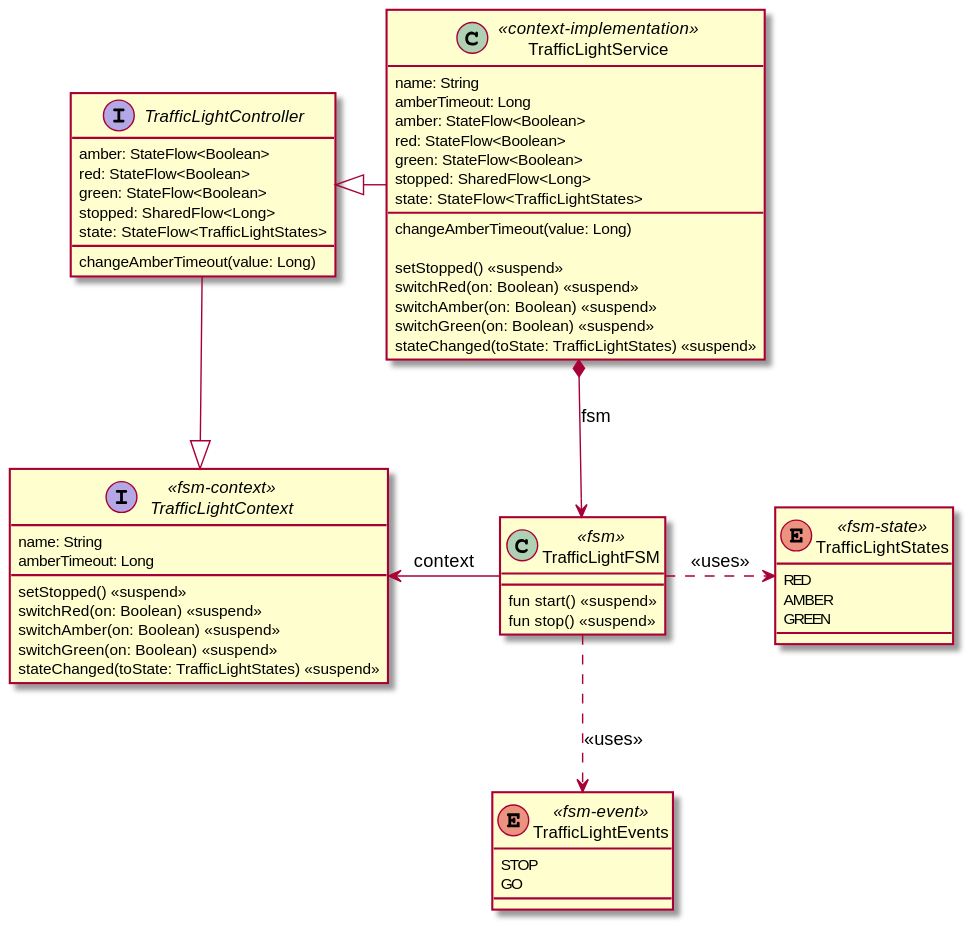
open-jumpco/kfsm-mpp-compose-traffic keeps this PlantUML diagram as traffic-light-model.svg. Above is the earlier version.
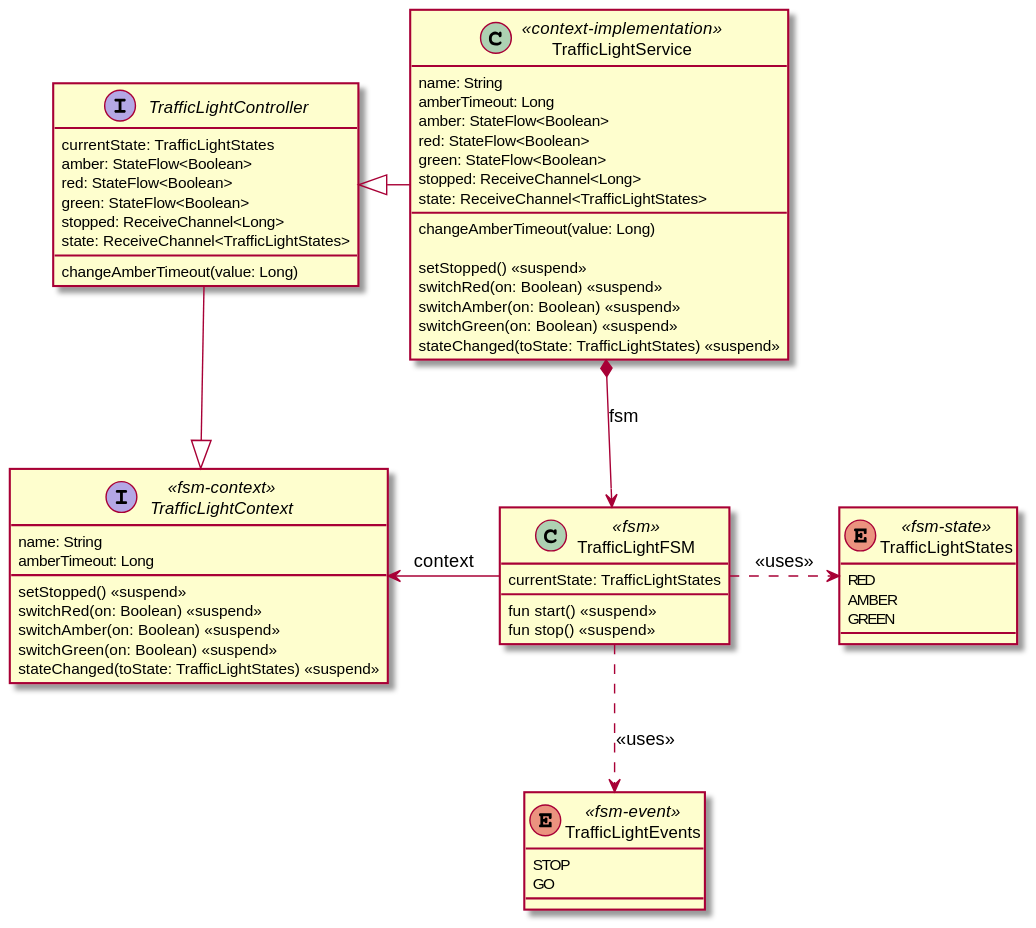
Above is the later version.

The edit, as a diff of the source:
```diff
@@ -21,16 +21,18 @@
 }
 
 interface TrafficLightController {
+    currentState: TrafficLightStates
     amber: StateFlow<Boolean>
     red: StateFlow<Boolean>
     green: StateFlow<Boolean>
-    stopped: SharedFlow<Long>
-    state: StateFlow<TrafficLightStates>
+    stopped: ReceiveChannel<Long>
+    state: ReceiveChannel<TrafficLightStates>
     changeAmberTimeout(value: Long)
 }
 TrafficLightController -down-|> TrafficLightContext
 
 class TrafficLightFSM <<fsm>> {
+    currentState: TrafficLightStates
     fun start() <<suspend>>
     fun stop() <<suspend>>
 }
@@ -45,8 +47,8 @@
     amber: StateFlow<Boolean>
     red: StateFlow<Boolean>
     green: StateFlow<Boolean>
-    stopped: SharedFlow<Long>
-    state: StateFlow<TrafficLightStates>
+    stopped: ReceiveChannel<Long>
+    state: ReceiveChannel<TrafficLightStates>
     changeAmberTimeout(value: Long)
 
     setStopped() <<suspend>>
```
